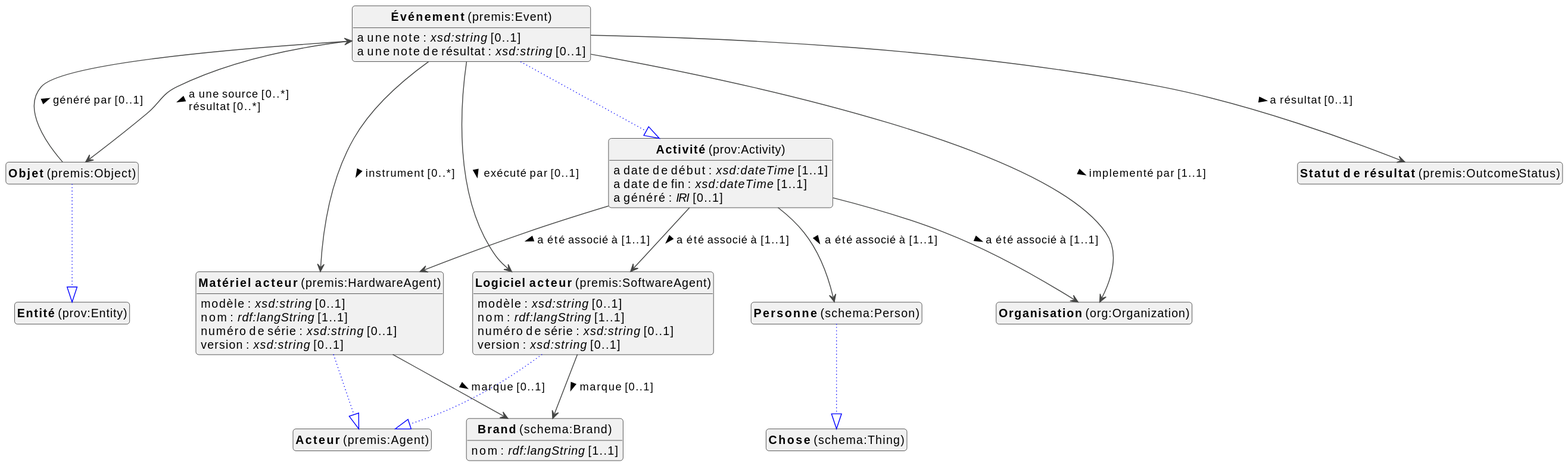
This is docs/metadata/knowledge-graph/1.0.0/events/fr/events-diagram.svg from viaacode/documentation, a PlantUML export, as it was before one commit. The source it was exported from:
```plantuml
@startuml
!theme vibrant
skinparam classFontSize 14
!define LIGHTORANGE
skinparam componentStyle uml2
skinparam wrapMessageWidth 1000
skinparam wrapWidth 1000
skinparam shadowing false
skinparam ArrowMessageAlignment left
top to bottom direction


class "<b>Brand</b> (schema:Brand)" as schema_Brand [[#schema%3ABrand]]
class "<b>Activité</b> (prov:Activity)" as prov_Activity [[#prov%3AActivity]]
class "<b>Logiciel acteur</b> (premis:SoftwareAgent)" as premis_SoftwareAgent [[#premis%3ASoftwareAgent]]
class "<b>Acteur</b> (premis:Agent)" as premis_Agent [[#premis%3AAgent]]
class "<b>Matériel acteur</b> (premis:HardwareAgent)" as premis_HardwareAgent [[#premis%3AHardwareAgent]]
class "<b>Acteur</b> (premis:Agent)" as premis_Agent [[#premis%3AAgent]]
class "<b>Objet</b> (premis:Object)" as premis_Object [[#premis%3AObject]]
class "<b>Entité</b> (prov:Entity)" as prov_Entity [[#prov%3AEntity]]
class "<b>Organisation</b> (org:Organization)" as org_Organization [[../../organizations/fr#org%3AOrganization]]
class "<b>Personne</b> (schema:Person)" as schema_Person [[../../organizations/fr#schema%3APerson]]
class "<b>Chose</b> (schema:Thing)" as schema_Thing [[#schema%3AThing]]
class "<b>Statut de résultat</b> (premis:OutcomeStatus)" as premis_OutcomeStatus [[#premis%3AOutcomeStatus]]
class "<b>Événement</b> (premis:Event)" as premis_Event [[#premis%3AEvent]]
class "<b>Activité</b> (prov:Activity)" as prov_Activity [[#prov%3AActivity]]


schema_Brand : nom : <i>rdf:langString</i> [1..1]



prov_Activity : a date de début : <i>xsd:dateTime</i> [1..1]
prov_Activity : a date de fin : <i>xsd:dateTime</i> [1..1]
prov_Activity : a généré : <i>IRI</i> [0..1]

prov_Activity --> org_Organization :a été associé à [1..1]  >
prov_Activity --> premis_HardwareAgent :a été associé à [1..1]  >
prov_Activity --> premis_SoftwareAgent :a été associé à [1..1]  >
prov_Activity --> schema_Person :a été associé à [1..1]  >


premis_SoftwareAgent --|> premis_Agent #blue;line.dotted;text:blue

premis_SoftwareAgent : modèle : <i>xsd:string</i> [0..1]
premis_SoftwareAgent : nom : <i>rdf:langString</i> [1..1]
premis_SoftwareAgent : numéro de série : <i>xsd:string</i> [0..1]
premis_SoftwareAgent : version : <i>xsd:string</i> [0..1]

premis_SoftwareAgent --> schema_Brand :marque [0..1]  >


premis_HardwareAgent --|> premis_Agent #blue;line.dotted;text:blue

premis_HardwareAgent : modèle : <i>xsd:string</i> [0..1]
premis_HardwareAgent : nom : <i>rdf:langString</i> [1..1]
premis_HardwareAgent : numéro de série : <i>xsd:string</i> [0..1]
premis_HardwareAgent : version : <i>xsd:string</i> [0..1]

premis_HardwareAgent --> schema_Brand :marque [0..1]  >


premis_Object --|> prov_Entity #blue;line.dotted;text:blue

premis_Object --> premis_Event :généré par [0..1]  >



schema_Person --|> schema_Thing #blue;line.dotted;text:blue




premis_Event --|> prov_Activity #blue;line.dotted;text:blue

premis_Event : a une note : <i>xsd:string</i> [0..1]
premis_Event : a une note de résultat : <i>xsd:string</i> [0..1]
premis_Event --> org_Organization :implementé par [1..1]  >
premis_Event --> premis_HardwareAgent :instrument [0..*]  >
premis_Event --> premis_Object :a une source [0..*]  \lrésultat [0..*]  >
premis_Event --> premis_OutcomeStatus :a résultat [0..1]  >
premis_Event --> premis_SoftwareAgent :exécuté par [0..1]  >



hide circle
hide methods
hide empty members
@enduml
```
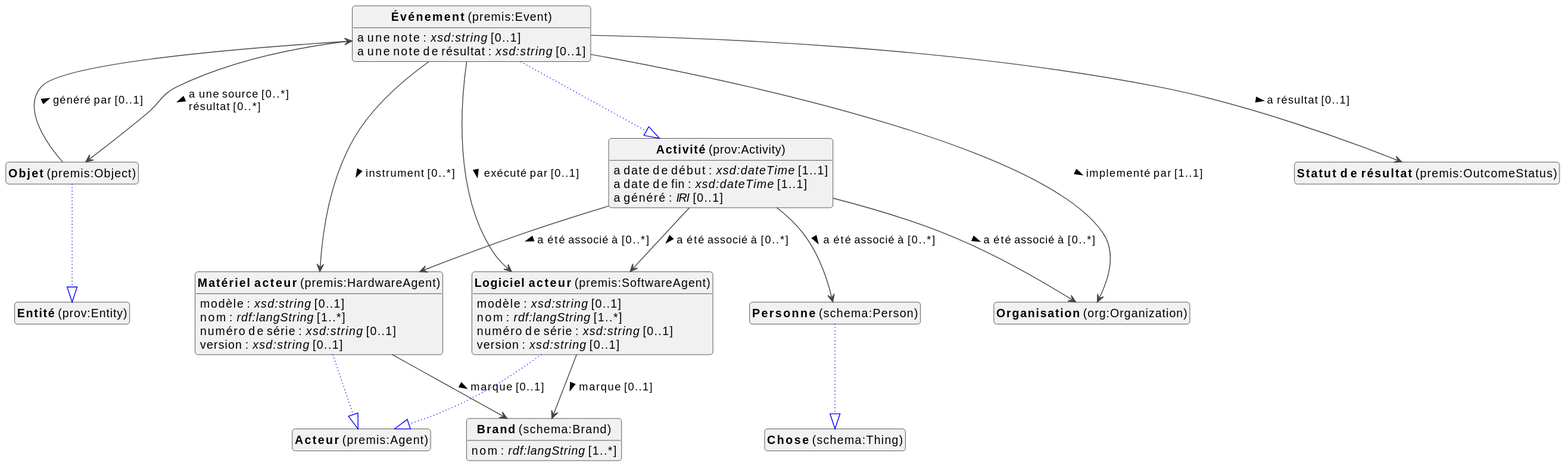
The same file after the commit.

The edit, as a diff of the source:
```diff
@@ -26,7 +26,7 @@
 class "<b>Activité</b> (prov:Activity)" as prov_Activity [[#prov%3AActivity]]
 
 
-schema_Brand : nom : <i>rdf:langString</i> [1..1]
+schema_Brand : nom : <i>rdf:langString</i> [1..*]
 
 
 
@@ -34,16 +34,16 @@
 prov_Activity : a date de fin : <i>xsd:dateTime</i> [1..1]
 prov_Activity : a généré : <i>IRI</i> [0..1]
 
-prov_Activity --> org_Organization :a été associé à [1..1]  >
-prov_Activity --> premis_HardwareAgent :a été associé à [1..1]  >
-prov_Activity --> premis_SoftwareAgent :a été associé à [1..1]  >
-prov_Activity --> schema_Person :a été associé à [1..1]  >
+prov_Activity --> org_Organization :a été associé à [0..*]  >
+prov_Activity --> premis_HardwareAgent :a été associé à [0..*]  >
+prov_Activity --> premis_SoftwareAgent :a été associé à [0..*]  >
+prov_Activity --> schema_Person :a été associé à [0..*]  >
 
 
 premis_SoftwareAgent --|> premis_Agent #blue;line.dotted;text:blue
 
 premis_SoftwareAgent : modèle : <i>xsd:string</i> [0..1]
-premis_SoftwareAgent : nom : <i>rdf:langString</i> [1..1]
+premis_SoftwareAgent : nom : <i>rdf:langString</i> [1..*]
 premis_SoftwareAgent : numéro de série : <i>xsd:string</i> [0..1]
 premis_SoftwareAgent : version : <i>xsd:string</i> [0..1]
 
@@ -53,7 +53,7 @@
 premis_HardwareAgent --|> premis_Agent #blue;line.dotted;text:blue
 
 premis_HardwareAgent : modèle : <i>xsd:string</i> [0..1]
-premis_HardwareAgent : nom : <i>rdf:langString</i> [1..1]
+premis_HardwareAgent : nom : <i>rdf:langString</i> [1..*]
 premis_HardwareAgent : numéro de série : <i>xsd:string</i> [0..1]
 premis_HardwareAgent : version : <i>xsd:string</i> [0..1]
 
```
